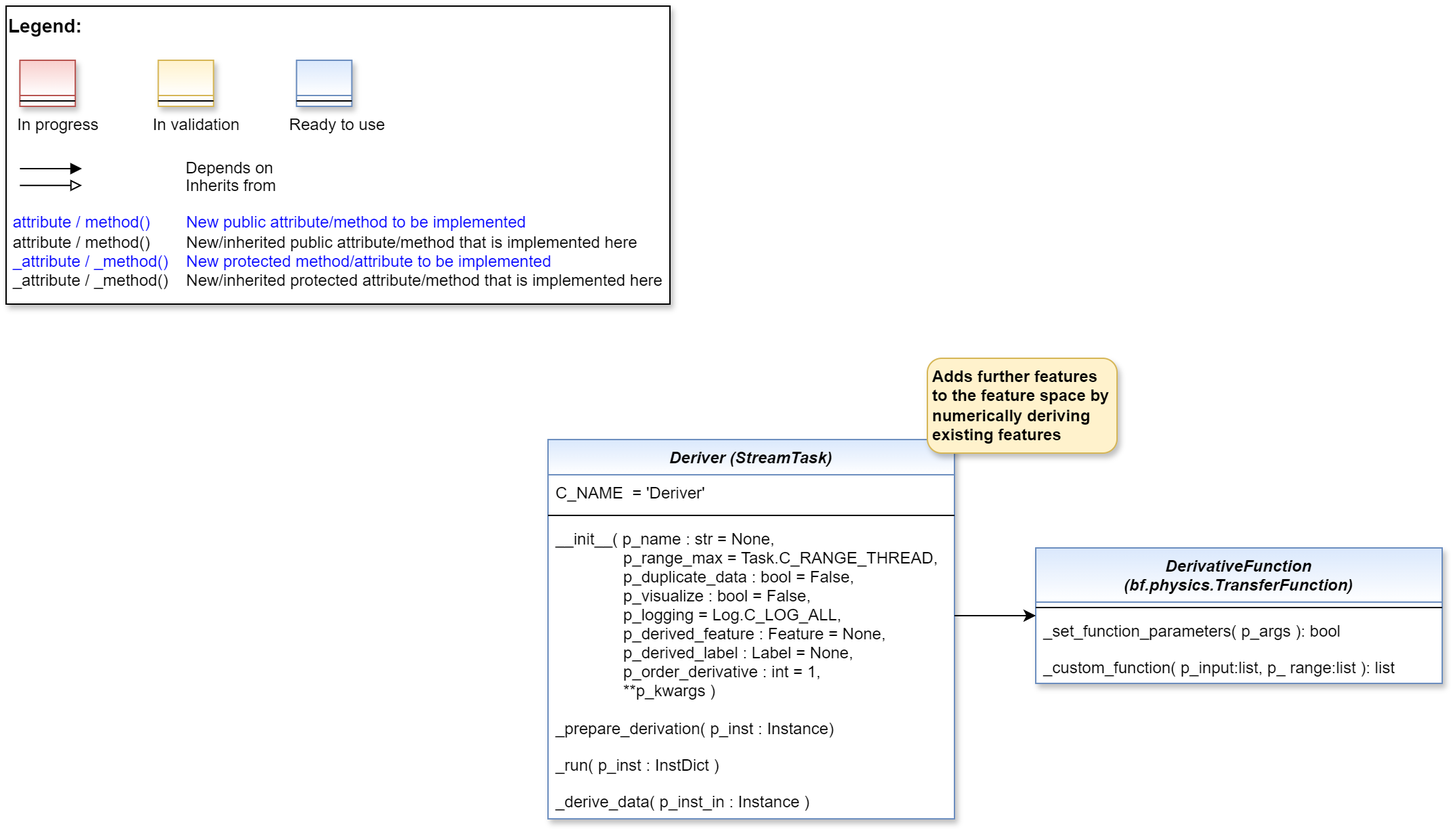
Before: doc/rtd/content/99_appendices/appendix2/sub/mlpro_bf/layer3_application_support/bf_streams_pool/tasks/images/MLPro-BF-Streams-Tasks-Deriver_class_diagram.drawio.png, a diagram exported from draw.io (fhswf/MLPro). Source tidied: cells renumbered, new cells last; positions are measured from the earlier drawing's top-left corner, leaving out a move shared by most shapes.
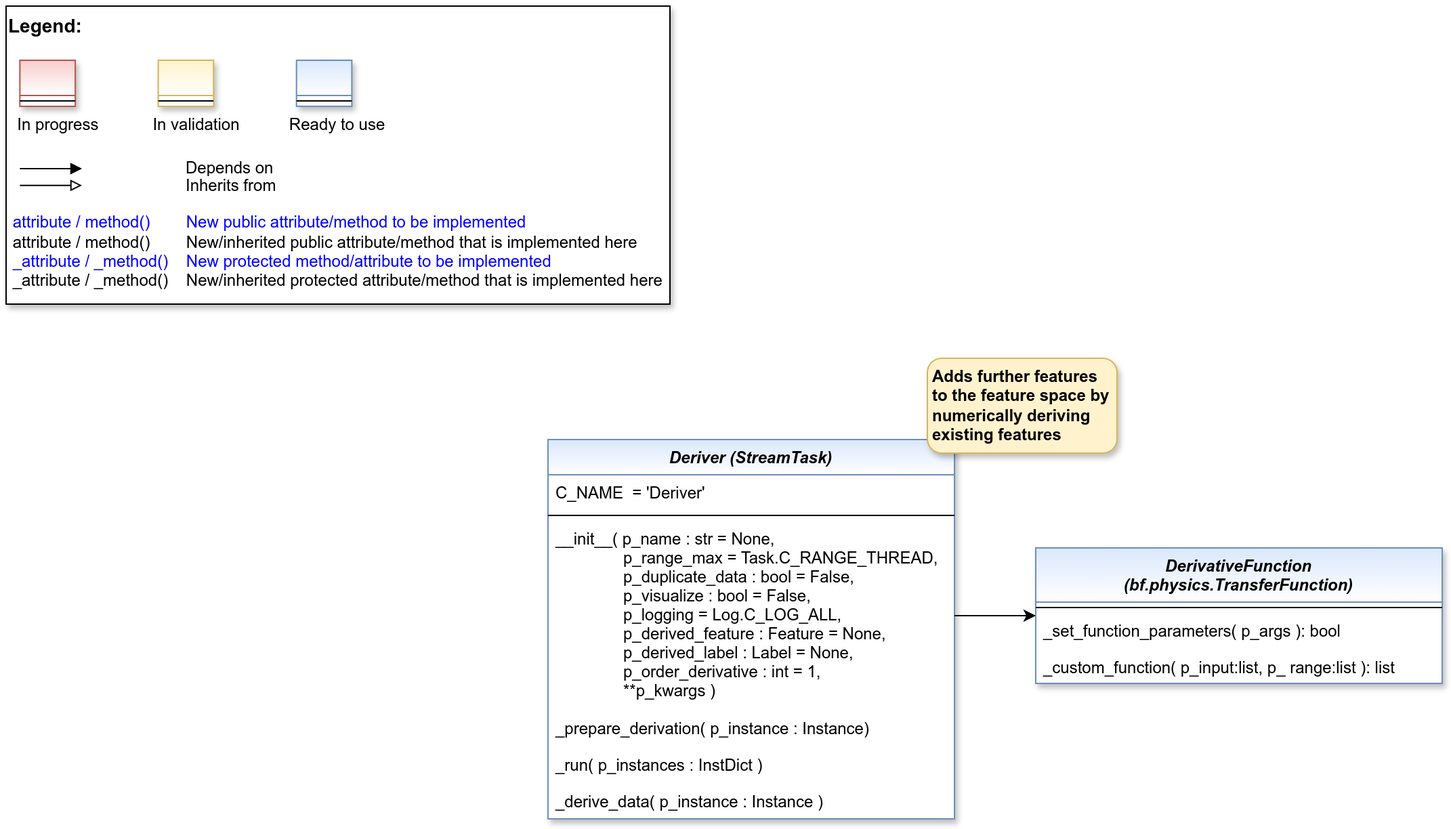
After the commit.

Diff of the diagram source:
```diff
@@ -1,8 +1,8 @@
 <mxGraphModel>
   <root>
-    <mxCell id="0" />
-    <mxCell id="1" parent="0" />
+    <mxCell id="25" />
+    <mxCell id="26" parent="25" />
-    <mxCell id="2" style="group;" parent="1" vertex="1">
+    <mxCell id="2" style="group;" parent="26" vertex="1">
       <mxGeometry width="490" height="220" as="geometry" />
     </mxCell>
     <mxCell id="3" value="&lt;font color=&quot;#000000&quot; size=&quot;1&quot;&gt;&lt;b style=&quot;font-size: 14px&quot;&gt;Legend:&lt;br&gt;&lt;/b&gt;&lt;/font&gt;&lt;br&gt;&lt;br&gt;&lt;br&gt;&lt;font color=&quot;#0000ff&quot; style=&quot;font-size: 6px&quot;&gt;&lt;br&gt;&lt;/font&gt;&lt;span style=&quot;color: rgb(0 , 0 , 0)&quot;&gt;&lt;font style=&quot;font-size: 4px&quot;&gt;&amp;nbsp; &amp;nbsp;&lt;/font&gt;&amp;nbsp;In progress&amp;nbsp; &amp;nbsp; &amp;nbsp; &amp;nbsp; &amp;nbsp; &amp;nbsp; In validation&amp;nbsp; &amp;nbsp; &amp;nbsp; &amp;nbsp; &amp;nbsp; &amp;nbsp;Ready to use&lt;/span&gt;&lt;font color=&quot;#000000&quot;&gt;&amp;nbsp;&lt;br&gt;&lt;/font&gt;&lt;font color=&quot;#0000ff&quot;&gt;&lt;br&gt;&lt;br&gt;&lt;br&gt;&lt;br&gt;&amp;nbsp;attribute / method()&amp;nbsp; &amp;nbsp; &amp;nbsp; &amp;nbsp; New public attribute/method to be implemented&lt;/font&gt;&lt;br&gt;&lt;font color=&quot;#000000&quot;&gt;&amp;nbsp;&lt;/font&gt;&lt;font color=&quot;#000000&quot;&gt;attribute / method()&lt;span&gt; &lt;/span&gt;&amp;nbsp; &amp;nbsp; &amp;nbsp; &amp;nbsp;New/inherited public attribute/method that is implemented here&lt;br&gt;&lt;/font&gt;&lt;font color=&quot;#0000ff&quot;&gt;&amp;nbsp;_attribute /&amp;nbsp;&lt;/font&gt;&lt;font color=&quot;#0000ff&quot;&gt;_method()&amp;nbsp; &amp;nbsp; New protected method/attribute to be implemented&lt;/font&gt;&lt;br&gt;&lt;font color=&quot;#000000&quot;&gt;&amp;nbsp;_attribute / _method()&amp;nbsp; &amp;nbsp; New/inherited protected attribute/method that is implemented here&lt;br&gt;&lt;/font&gt;&lt;font color=&quot;#000000&quot;&gt;&lt;br&gt;&lt;br&gt;&lt;br&gt;&lt;br&gt;&lt;br&gt;&lt;/font&gt;" style="text;html=1;align=left;verticalAlign=top;whiteSpace=wrap;rounded=0;fontColor=#006600;strokeColor=#000000;shadow=1;fillColor=#ffffff;" parent="2" vertex="1">
@@ -28,22 +28,22 @@
     <mxCell id="6" style="swimlane;fontStyle=3;align=center;verticalAlign=top;horizontal=1;startSize=26;rounded=0;shadow=1;strokeWidth=1;fillColor=#f8cecc;strokeColor=#b85450;gradientColor=#ffffff;swimlaneFillColor=#ffffff;" parent="2" vertex="1">
       <mxGeometry x="10.2" y="40" width="40.8" height="34" as="geometry" />
     </mxCell>
-    <mxCell id="7" style="line;html=1;strokeWidth=1;align=left;verticalAlign=middle;spacingTop=-1;spacingLeft=3;spacingRight=3;labelPosition=right;" parent="6" vertex="1">
-      <mxGeometry y="26" width="40.8" height="8" as="geometry" />
-    </mxCell>
+    <mxCell id="27" style="line;html=1;strokeWidth=1;align=left;verticalAlign=middle;spacingTop=-1;spacingLeft=3;spacingRight=3;labelPosition=right;" parent="6" vertex="1">
+      <mxGeometry y="26" width="40.8" height="8" as="geometry" />
+    </mxCell>
     <mxCell id="8" style="swimlane;fontStyle=3;align=center;verticalAlign=top;horizontal=1;startSize=26;rounded=0;shadow=1;strokeWidth=1;fillColor=#fff2cc;strokeColor=#d6b656;gradientColor=#ffffff;swimlaneFillColor=#ffffff;" parent="2" vertex="1">
       <mxGeometry x="112.3" y="40" width="40.8" height="34" as="geometry" />
     </mxCell>
-    <mxCell id="9" style="line;html=1;strokeWidth=1;align=left;verticalAlign=middle;spacingTop=-1;spacingLeft=3;spacingRight=3;labelPosition=right;" parent="8" vertex="1">
-      <mxGeometry y="26" width="40.8" height="8" as="geometry" />
-    </mxCell>
+    <mxCell id="28" style="line;html=1;strokeWidth=1;align=left;verticalAlign=middle;spacingTop=-1;spacingLeft=3;spacingRight=3;labelPosition=right;" parent="8" vertex="1">
+      <mxGeometry y="26" width="40.8" height="8" as="geometry" />
+    </mxCell>
     <mxCell id="10" style="swimlane;fontStyle=3;align=center;verticalAlign=top;horizontal=1;startSize=26;rounded=0;shadow=1;strokeWidth=1;fillColor=#dae8fc;strokeColor=#6c8ebf;gradientColor=#ffffff;swimlaneFillColor=#ffffff;" parent="2" vertex="1">
       <mxGeometry x="214.4" y="40" width="40.8" height="34" as="geometry" />
     </mxCell>
-    <mxCell id="11" style="line;html=1;strokeWidth=1;align=left;verticalAlign=middle;spacingTop=-1;spacingLeft=3;spacingRight=3;labelPosition=right;" parent="10" vertex="1">
-      <mxGeometry y="26" width="40.8" height="8" as="geometry" />
-    </mxCell>
+    <mxCell id="29" style="line;html=1;strokeWidth=1;align=left;verticalAlign=middle;spacingTop=-1;spacingLeft=3;spacingRight=3;labelPosition=right;" parent="10" vertex="1">
+      <mxGeometry y="26" width="40.8" height="8" as="geometry" />
+    </mxCell>
-    <mxCell id="12" value="Deriver (StreamTask)" style="swimlane;fontStyle=3;align=center;verticalAlign=top;horizontal=1;startSize=26;rounded=0;shadow=1;strokeWidth=1;swimlaneFillColor=#ffffff;fillColor=#dae8fc;strokeColor=#6c8ebf;gradientColor=#FFFFFF;" parent="1" vertex="1">
+    <mxCell id="12" value="Deriver (StreamTask)" style="swimlane;fontStyle=3;align=center;verticalAlign=top;horizontal=1;startSize=26;rounded=0;shadow=1;strokeWidth=1;swimlaneFillColor=#ffffff;fillColor=#dae8fc;strokeColor=#6c8ebf;gradientColor=#FFFFFF;" parent="26" vertex="1">
       <mxGeometry x="400" y="320" width="300" height="280" as="geometry" />
     </mxCell>
     <mxCell id="13" value="C_NAME  = 'Deriver'" style="text;align=left;verticalAlign=top;spacingLeft=4;spacingRight=4;overflow=hidden;" parent="12" vertex="1">
@@ -55,19 +55,19 @@
     <mxCell id="15" value="__init__( p_name : str = None,&#10;               p_range_max = Task.C_RANGE_THREAD,&#10;               p_duplicate_data : bool = False,               &#10;               p_visualize : bool = False,&#10;               p_logging = Log.C_LOG_ALL,&#10;               p_derived_feature : Feature = None,&#10;               p_derived_label : Label = None,&#10;               p_order_derivative : int = 1,&#10;               **p_kwargs )" style="text;align=left;verticalAlign=top;spacingLeft=4;spacingRight=4;overflow=hidden;points=[[0,0.5],[1,0.5]];portConstraint=eastwest;fontColor=#000000;" parent="12" vertex="1">
       <mxGeometry y="60" width="300" height="140" as="geometry" />
     </mxCell>
-    <mxCell id="16" value="_prepare_derivation( p_inst : Instance)" style="text;align=left;verticalAlign=top;spacingLeft=4;spacingRight=4;overflow=hidden;fontColor=default;" parent="12" vertex="1">
-      <mxGeometry y="200" width="300" height="27" as="geometry" />
-    </mxCell>
-    <mxCell id="17" value="_run( p_inst : InstDict )" style="text;align=left;verticalAlign=top;spacingLeft=4;spacingRight=4;overflow=hidden;fontColor=default;" parent="12" vertex="1">
-      <mxGeometry y="227" width="300" height="27" as="geometry" />
-    </mxCell>
-    <mxCell id="18" value="_derive_data( p_inst_in : Instance )" style="text;align=left;verticalAlign=top;spacingLeft=4;spacingRight=4;overflow=hidden;fontColor=#000000;" parent="12" vertex="1">
-      <mxGeometry y="254" width="300" height="23" as="geometry" />
-    </mxCell>
+    <mxCell id="30" value="_prepare_derivation( p_instance : Instance)" style="text;align=left;verticalAlign=top;spacingLeft=4;spacingRight=4;overflow=hidden;fontColor=default;" parent="12" vertex="1">
+      <mxGeometry y="200" width="300" height="27" as="geometry" />
+    </mxCell>
+    <mxCell id="31" value="_run( p_instances : InstDict )" style="text;align=left;verticalAlign=top;spacingLeft=4;spacingRight=4;overflow=hidden;fontColor=default;" parent="12" vertex="1">
+      <mxGeometry y="227" width="300" height="27" as="geometry" />
+    </mxCell>
+    <mxCell id="32" value="_derive_data( p_instance : Instance )" style="text;align=left;verticalAlign=top;spacingLeft=4;spacingRight=4;overflow=hidden;fontColor=#000000;" parent="12" vertex="1">
+      <mxGeometry y="254" width="300" height="23" as="geometry" />
+    </mxCell>
-    <mxCell id="19" value="&lt;b&gt;Adds further features to the feature space by numerically deriving existing features&lt;/b&gt;" style="rounded=1;whiteSpace=wrap;html=1;align=left;spacingLeft=2;verticalAlign=middle;fillColor=#fff2cc;strokeColor=#d6b656;gradientColor=none;shadow=1;" parent="1" vertex="1">
+    <mxCell id="19" value="&lt;b&gt;Adds further features to the feature space by numerically deriving existing features&lt;/b&gt;" style="rounded=1;whiteSpace=wrap;html=1;align=left;spacingLeft=2;verticalAlign=middle;fillColor=#fff2cc;strokeColor=#d6b656;gradientColor=none;shadow=1;" parent="26" vertex="1">
       <mxGeometry x="680" y="260" width="140" height="70" as="geometry" />
     </mxCell>
-    <mxCell id="20" value="DerivativeFunction&#10;(bf.physics.TransferFunction)" style="swimlane;fontStyle=3;align=center;verticalAlign=top;horizontal=1;startSize=40;rounded=0;shadow=1;strokeWidth=1;swimlaneFillColor=#ffffff;fillColor=#dae8fc;strokeColor=#6c8ebf;gradientColor=#FFFFFF;" parent="1" vertex="1">
+    <mxCell id="20" value="DerivativeFunction&#10;(bf.physics.TransferFunction)" style="swimlane;fontStyle=3;align=center;verticalAlign=top;horizontal=1;startSize=40;rounded=0;shadow=1;strokeWidth=1;swimlaneFillColor=#ffffff;fillColor=#dae8fc;strokeColor=#6c8ebf;gradientColor=#FFFFFF;" parent="26" vertex="1">
       <mxGeometry x="760" y="400" width="300" height="100" as="geometry" />
     </mxCell>
     <mxCell id="21" style="line;html=1;strokeWidth=1;align=left;verticalAlign=middle;spacingTop=-1;spacingLeft=3;spacingRight=3;labelPosition=right;" parent="20" vertex="1">
@@ -79,7 +79,7 @@
     <mxCell id="23" value="_custom_function( p_input:list, p_ range:list ): list" style="text;align=left;verticalAlign=top;spacingLeft=4;spacingRight=4;overflow=hidden;fontColor=#000000;" parent="20" vertex="1">
       <mxGeometry y="75" width="300" height="23" as="geometry" />
     </mxCell>
-    <mxCell id="24" style="edgeStyle=orthogonalEdgeStyle;rounded=0;jettySize=auto;html=1;exitX=1;exitY=0.5;exitDx=0;exitDy=0;entryX=0;entryY=0.5;entryDx=0;entryDy=0;fontColor=#000000;" parent="1" edge="1" source="15" target="20">
+    <mxCell id="24" style="edgeStyle=orthogonalEdgeStyle;rounded=0;jettySize=auto;html=1;exitX=1;exitY=0.5;exitDx=0;exitDy=0;entryX=0;entryY=0.5;entryDx=0;entryDy=0;fontColor=#000000;" parent="26" edge="1" source="15" target="20">
       <mxGeometry relative="1" as="geometry" />
     </mxCell>
   </root>
```
